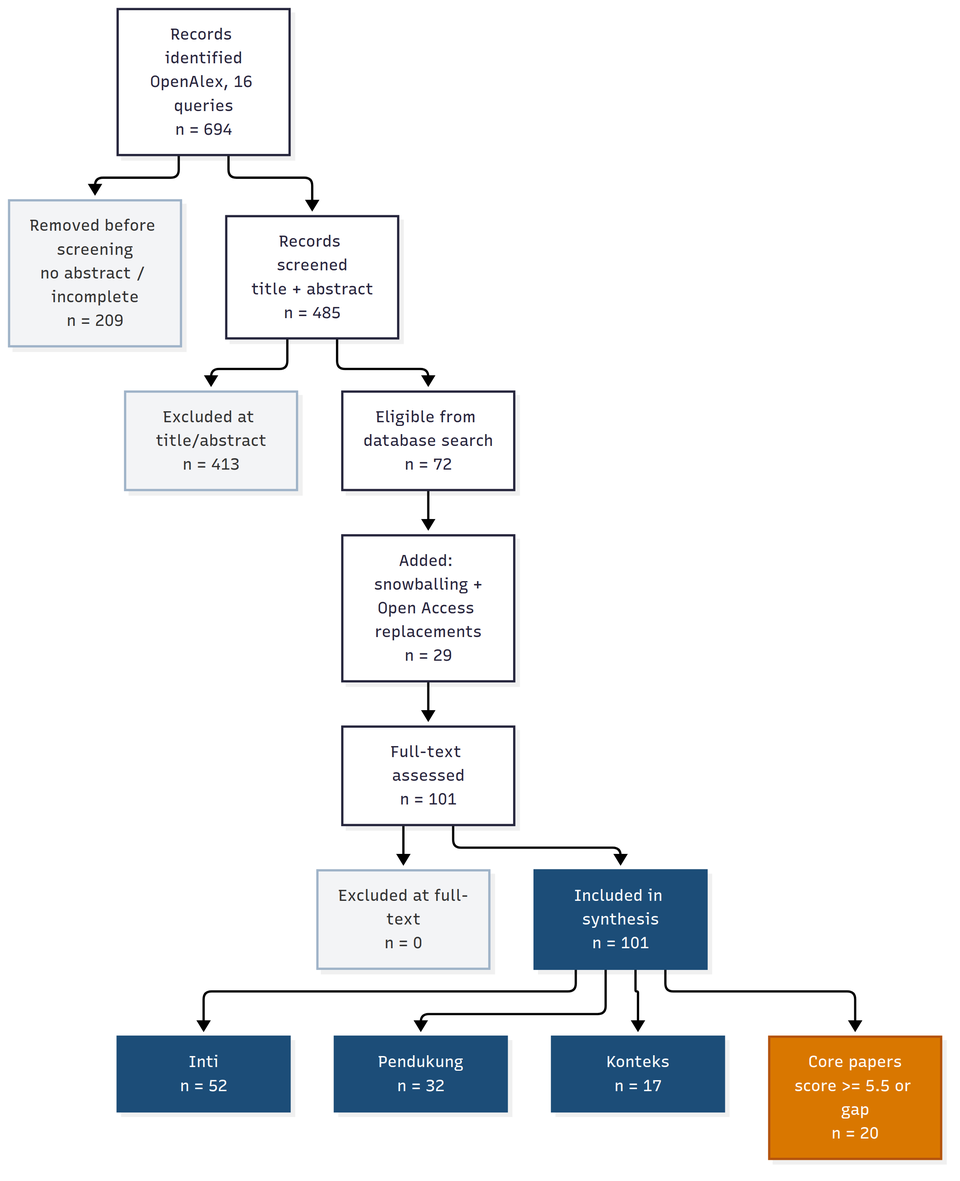
NioHast/SLR-RUL-Membran-RO keeps this Mermaid diagram as docs/figures/png/fig01_prisma_flow.png. Above is the earlier version. Its source is kept beside it as docs/figures/src/fig01_prisma_flow.mmd.
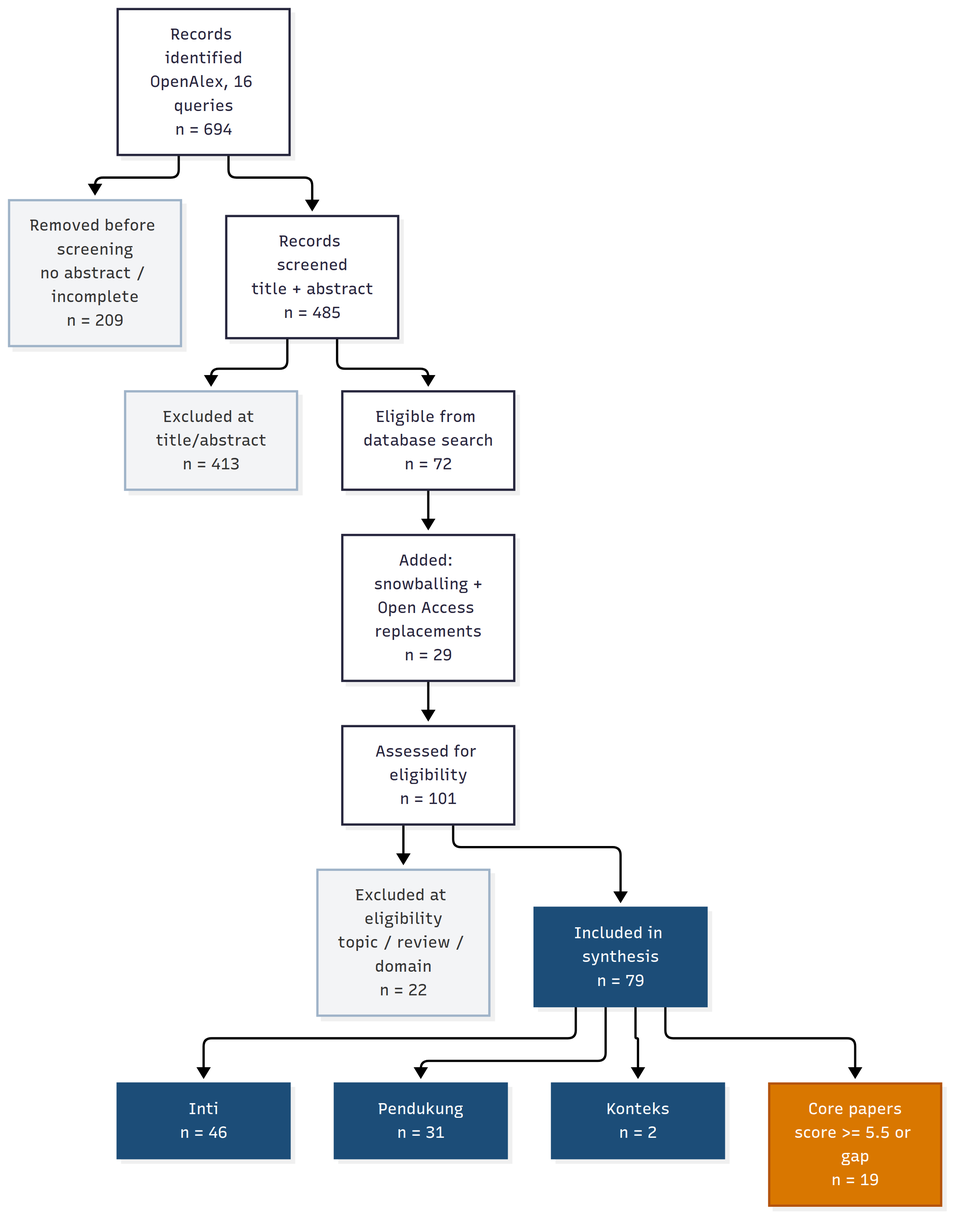
After the commit.

Change to the diagram source:
```diff
@@ -5,13 +5,13 @@
   D["Excluded at title/abstract<br/>n = 413"]
   E["Eligible from database search<br/>n = 72"]
   F["Added: snowballing +<br/>Open Access replacements<br/>n = 29"]
-  G["Full-text assessed<br/>n = 101"]
-  H["Excluded at full-text<br/>n = 0"]
-  I["Included in synthesis<br/>n = 101"]
-  J["Inti<br/>n = 52"]
-  K["Pendukung<br/>n = 32"]
-  L["Konteks<br/>n = 17"]
-  M["Core papers<br/>score >= 5.5 or gap<br/>n = 20"]
+  G["Assessed for eligibility<br/>n = 101"]
+  H["Excluded at eligibility<br/>topic / review / domain<br/>n = 22"]
+  I["Included in synthesis<br/>n = 79"]
+  J["Inti<br/>n = 46"]
+  K["Pendukung<br/>n = 31"]
+  L["Konteks<br/>n = 2"]
+  M["Core papers<br/>score >= 5.5 or gap<br/>n = 19"]
 
   A --> B
   A --> C
```
